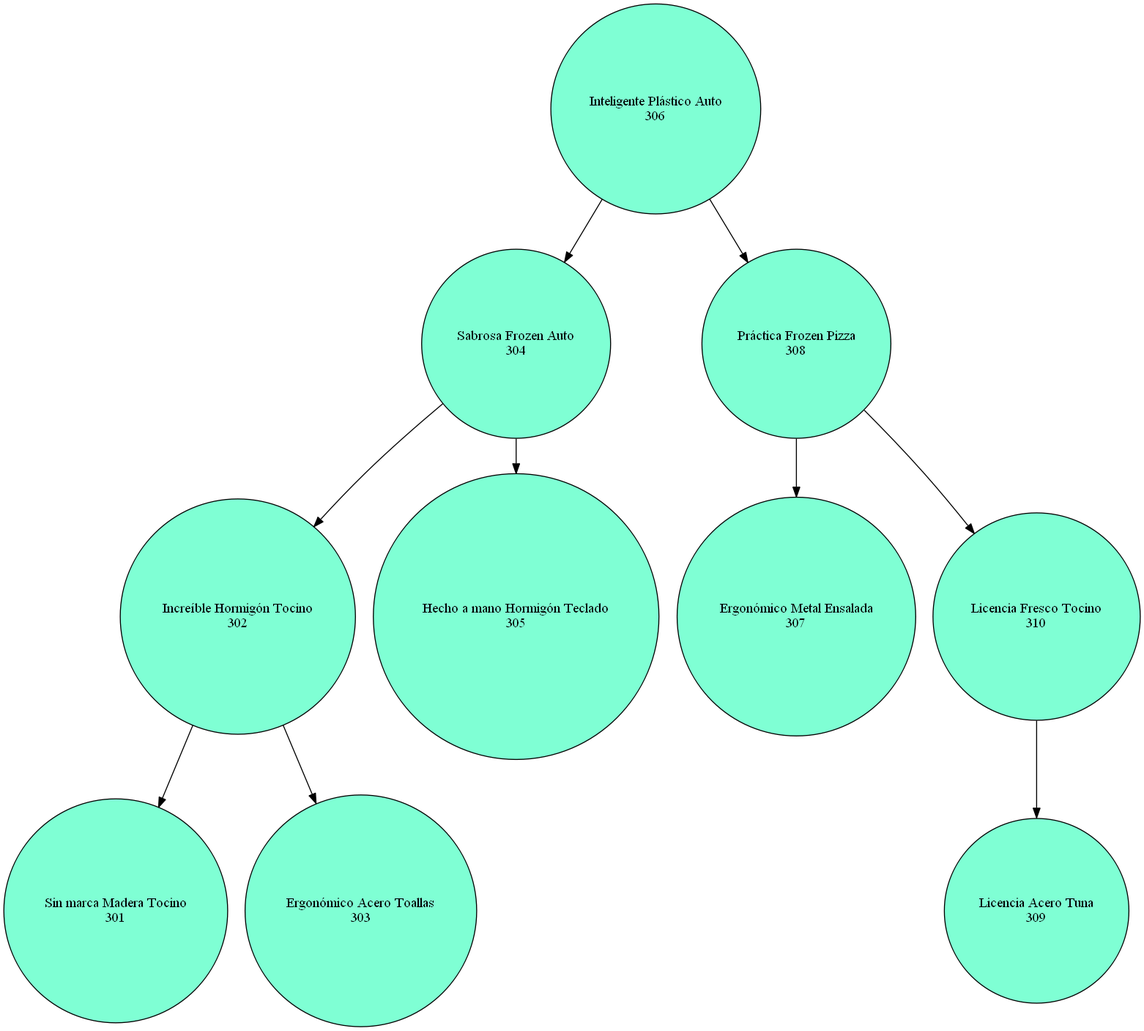
William58-0/201909103_ProyectoEDD keeps this Graphviz diagram as frontend/src/assets/img/Arredondo Duarte S.A.---Amazon Music---4.png. Above is the earlier version. Its source is kept beside it as frontend/src/assets/img/Arredondo Duarte S.A.---Amazon Music---4.dot.
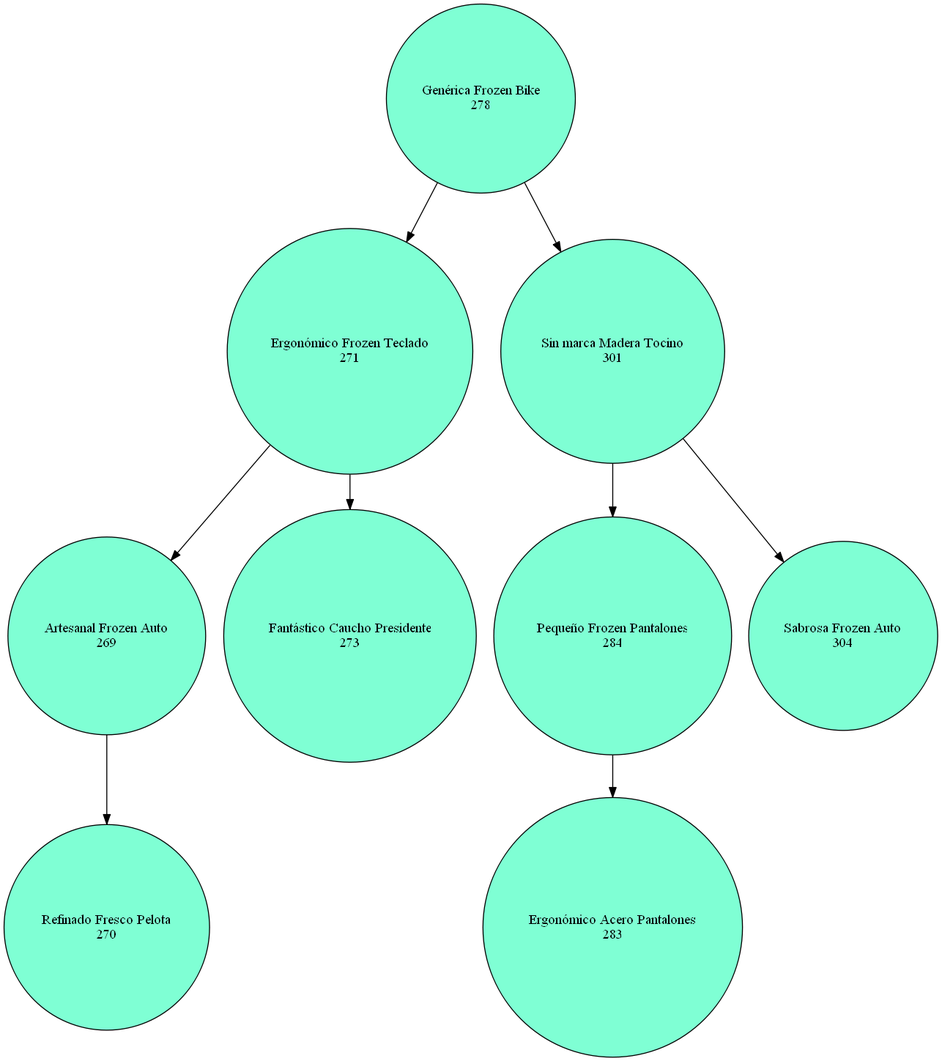
After the commit.

Diff of the diagram source:
```diff
@@ -1,33 +1,36 @@
 digraph G{
 node [shape=circle style=filled];
-"0xc0000d2008"[label="Inteligente Plástico Auto
-306" fillcolor=aquamarine];
-"0xc0000d2008" -> "0xc000060a80";
-"0xc0000d2008" -> "0xc000060a88";
-"0xc000060a80"[label="Sabrosa Frozen Auto
+"0xc000006080"[label="Genérica Frozen Bike
+278" fillcolor=aquamarine];
+"0xc000006080" -> "0xc000087520";
+"0xc000006080" -> "0xc000087528";
+"0xc000087520"[label="Ergonómico Frozen Teclado
+271" fillcolor=aquamarine];
+"0xc000087520" -> "0xc000087480";
+"0xc000087520" -> "0xc000087488";
+"0xc000087480"[label="Artesanal Frozen Auto
+269" fillcolor=aquamarine];
+"0xc000087480" -> "0xc0000877a8";
+"0xc0000877a8"[label="Refinado Fresco Pelota
+270" fillcolor=aquamarine];
+"0xc000087488"[label="Fantástico Caucho Presidente
+273" fillcolor=aquamarine];
+"0xc000087528"[label="Sin marca Madera Tocino
+301" fillcolor=aquamarine];
+"0xc000087528" -> "0xc0000873e0";
+"0xc000087528" -> "0xc0000873e8";
+"0xc0000873e0"[label="Pequeño Frozen Pantalones
+284" fillcolor=aquamarine];
+"0xc0000873e0" -> "0xc000087660";
+"0xc000087660"[label="Ergonómico Acero Pantalones
+283" fillcolor=aquamarine];
+"0xc0000873e8"[label="Sabrosa Frozen Auto
 304" fillcolor=aquamarine];
-"0xc000060a80" -> "0xc000060080";
-"0xc000060a80" -> "0xc000060088";
-"0xc000060080"[label="Increíble Hormigón Tocino
-302" fillcolor=aquamarine];
-"0xc000060080" -> "0xc000061020";
-"0xc000060080" -> "0xc000061028";
-"0xc000061020"[label="Sin marca Madera Tocino
-301" fillcolor=aquamarine];
-"0xc000061028"[label="Ergonómico Acero Toallas
-303" fillcolor=aquamarine];
-"0xc000060088"[label="Hecho a mano Hormigón Teclado
-305" fillcolor=aquamarine];
-"0xc000060a88"[label="Práctica Frozen Pizza
-308" fillcolor=aquamarine];
-"0xc000060a88" -> "0xc000060da0";
-"0xc000060a88" -> "0xc000060da8";
-"0xc000060da0"[label="Ergonómico Metal Ensalada
-307" fillcolor=aquamarine];
-"0xc000060da8"[label="Licencia Fresco Tocino
-310" fillcolor=aquamarine];
-"0xc000060da8" -> "0xc000060e40";
-"0xc000060e40"[label="Licencia Acero Tuna
+
+}
+;
+"0xc0002bc808" -> "0xc0002bc8a0";
+"0xc0002bc8a0"[label="Licencia Acero Tuna
 309" fillcolor=aquamarine];
 
 }
```
